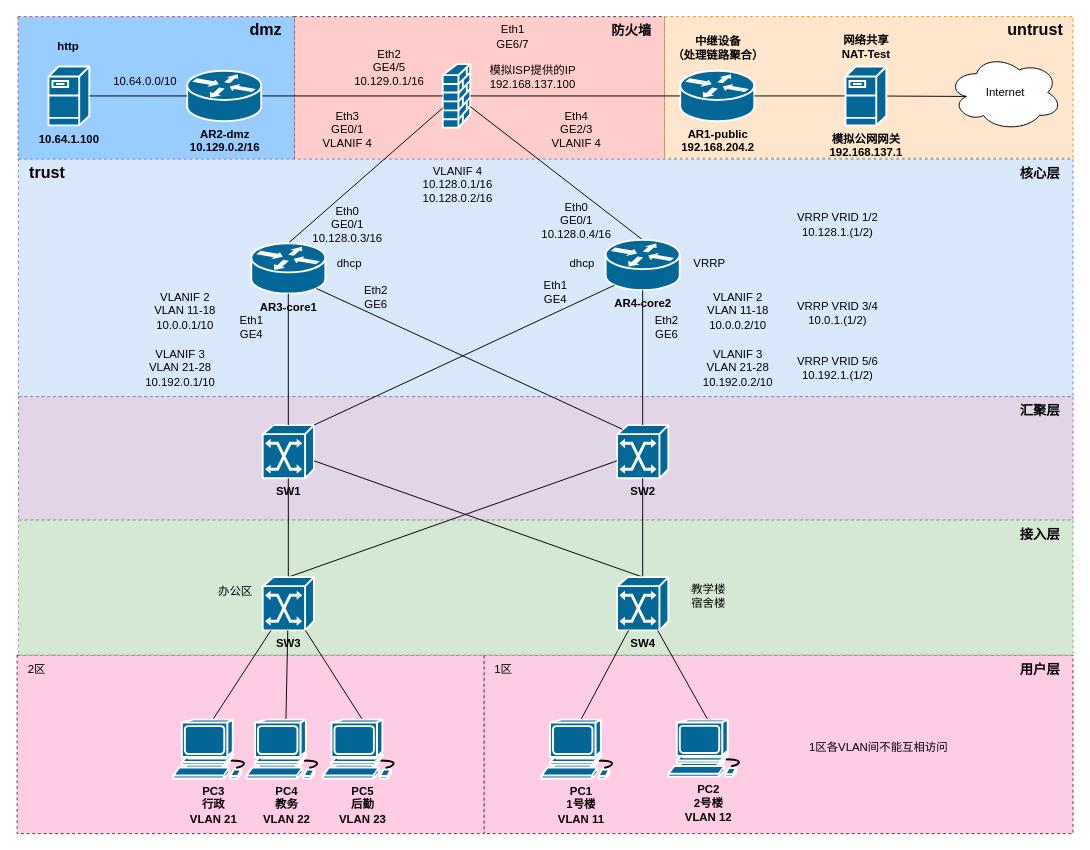
The draw.io diagram ne24.drawio in HPLZH/draw, before the edit. Source tidied: cells renumbered, new cells numbered last; positions are measured from the earlier drawing's top-left corner, leaving out a move shared by most shapes. Both pictures are drawn from the tidied source at 95%, with x=0, y=0 at pixel (16, 16).
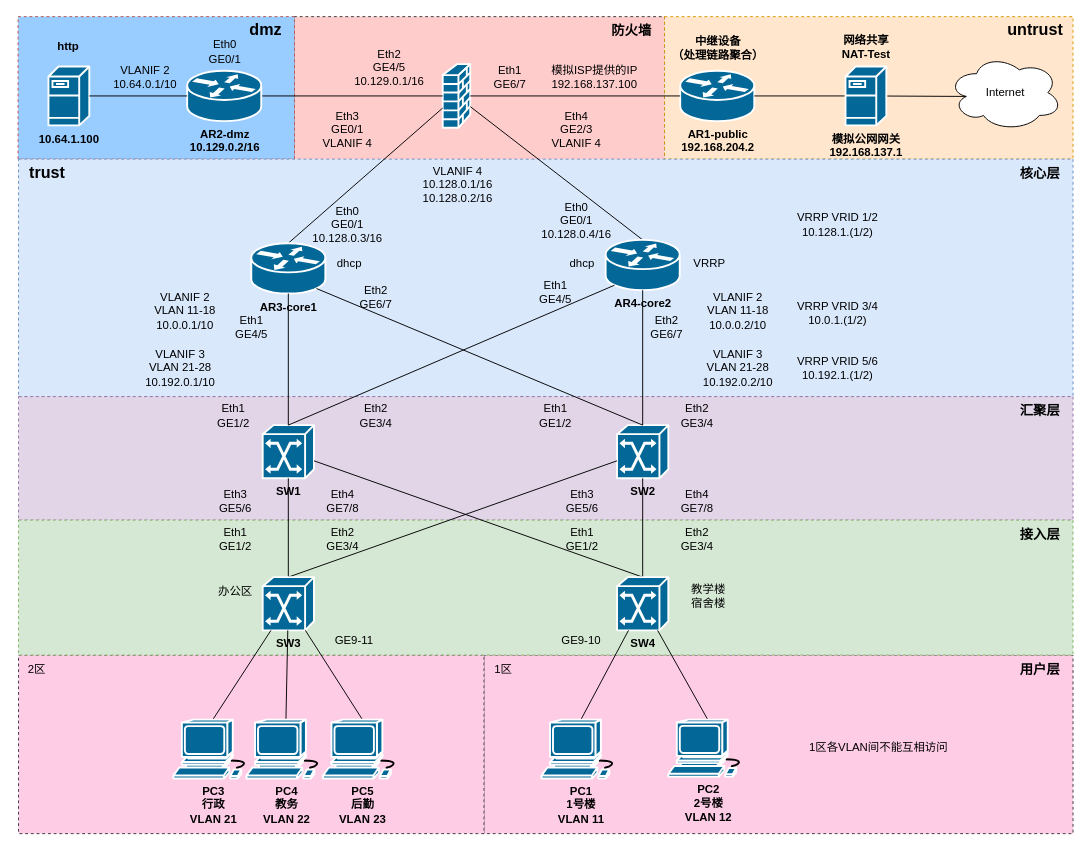
Above is the later version.

The change refers to these unchanged cells:
```xml
<mxCell id="18" value="&lt;b&gt;SW1&lt;/b&gt;" style="shape=mxgraph.cisco.switches.atm_switch;sketch=0;html=1;dashed=0;fillColor=#036897;strokeColor=#ffffff;strokeWidth=2;verticalLabelPosition=bottom;verticalAlign=top;align=center;outlineConnect=0;" parent="1" vertex="1">
  <mxGeometry x="259" y="430" width="54" height="56" as="geometry" />
</mxCell>
<mxCell id="19" value="&lt;b&gt;SW2&lt;/b&gt;" style="shape=mxgraph.cisco.switches.atm_switch;sketch=0;html=1;dashed=0;fillColor=#036897;strokeColor=#ffffff;strokeWidth=2;verticalLabelPosition=bottom;verticalAlign=top;align=center;outlineConnect=0;" parent="1" vertex="1">
  <mxGeometry x="632" y="430" width="54" height="56" as="geometry" />
</mxCell>
<mxCell id="21" value="&lt;b&gt;AR3-core1&lt;/b&gt;" style="shape=mxgraph.cisco.routers.router;sketch=0;html=1;dashed=0;fillColor=#036897;strokeColor=#ffffff;strokeWidth=2;verticalLabelPosition=bottom;verticalAlign=top;align=center;outlineConnect=0;" parent="1" vertex="1">
  <mxGeometry x="247" y="238.5" width="78" height="53" as="geometry" />
</mxCell>
<mxCell id="23" value="&lt;b style=&quot;&quot;&gt;AR4-core2&lt;/b&gt;" style="shape=mxgraph.cisco.routers.router;sketch=0;html=1;dashed=0;fillColor=#036897;strokeColor=#ffffff;strokeWidth=2;verticalLabelPosition=bottom;verticalAlign=top;align=center;outlineConnect=0;" parent="1" vertex="1">
  <mxGeometry x="620" y="235" width="78" height="53" as="geometry" />
</mxCell>
```

What changed in the source:
```diff
@@
     <mxCell id="3" style="whiteSpace=wrap;html=1;fillColor=#FFCCE6;dashed=1;strokeColor=#36393d;" parent="1" vertex="1">
-      <mxGeometry x="0.5" y="672" width="491.5" height="188" as="geometry" />
+      <mxGeometry x="2" y="672" width="490" height="188" as="geometry" />
     </mxCell>
@@
     <mxCell id="5" style="whiteSpace=wrap;html=1;fillColor=#99CCFF;dashed=1;strokeColor=#b85450;" parent="1" vertex="1">
-      <mxGeometry x="1.5" width="291" height="151.5" as="geometry" />
+      <mxGeometry x="1.5" width="291" height="150" as="geometry" />
     </mxCell>
     <mxCell id="6" style="whiteSpace=wrap;html=1;fillColor=#ffe6cc;dashed=1;strokeColor=#d79b00;" parent="1" vertex="1">
-      <mxGeometry x="682" width="430" height="149" as="geometry" />
+      <mxGeometry x="682" width="430" height="150" as="geometry" />
     </mxCell>
@@
-    <mxCell id="27" style="rounded=0;jettySize=auto;html=1;exitX=0.11;exitY=0.08;exitDx=0;exitDy=0;exitPerimeter=0;entryX=0.88;entryY=0.9;entryDx=0;entryDy=0;entryPerimeter=0;endArrow=none;endFill=0;" parent="1" edge="1" source="19" target="21">
+    <mxCell id="27" style="rounded=0;jettySize=auto;html=1;exitX=0.5;exitY=0;exitDx=0;exitDy=0;exitPerimeter=0;entryX=0.88;entryY=0.9;entryDx=0;entryDy=0;entryPerimeter=0;endArrow=none;endFill=0;" parent="1" edge="1" source="19" target="21">
       <mxGeometry relative="1" as="geometry" />
     </mxCell>
-    <mxCell id="28" style="rounded=0;jettySize=auto;html=1;exitX=1;exitY=0;exitDx=0;exitDy=0;exitPerimeter=0;entryX=0.12;entryY=0.9;entryDx=0;entryDy=0;entryPerimeter=0;endArrow=none;endFill=0;" parent="1" edge="1" source="18" target="23">
+    <mxCell id="28" style="rounded=0;jettySize=auto;html=1;entryX=0.12;entryY=0.9;entryDx=0;entryDy=0;entryPerimeter=0;endArrow=none;endFill=0;exitX=0.5;exitY=0;exitDx=0;exitDy=0;exitPerimeter=0;" parent="1" edge="1" source="18" target="23">
       <mxGeometry relative="1" as="geometry" />
     </mxCell>
@@
-    <mxCell id="52" value="10.64.0.0/10" style="text;html=1;align=center;verticalAlign=middle;strokeColor=none;fillColor=none;" parent="1" vertex="1">
-      <mxGeometry x="89.5" y="53.5" width="90" height="30" as="geometry" />
+    <mxCell id="52" value="&lt;div&gt;VLANIF 2&lt;/div&gt;10.64.0.1/10" style="text;html=1;align=center;verticalAlign=middle;strokeColor=none;fillColor=none;" parent="1" vertex="1">
+      <mxGeometry x="89.5" y="43.5" width="90" height="40" as="geometry" />
     </mxCell>
     <mxCell id="53" value="模拟ISP提供的IP&lt;div&gt;192.168.137.100&lt;/div&gt;" style="text;html=1;align=center;verticalAlign=middle;strokeColor=none;fillColor=none;" parent="1" vertex="1">
-      <mxGeometry x="487.5" y="43.5" width="110" height="40" as="geometry" />
+      <mxGeometry x="552.5" y="43.5" width="110" height="40" as="geometry" />
     </mxCell>
@@
-    <mxCell id="61" value="&lt;div&gt;Eth1&lt;/div&gt;GE4" style="text;html=1;align=center;verticalAlign=middle;strokeColor=none;fillColor=none;" parent="1" vertex="1">
-      <mxGeometry x="222" y="306.5" width="50" height="40" as="geometry" />
+    <mxCell id="61" value="&lt;div&gt;Eth1&lt;/div&gt;GE4/5" style="text;html=1;align=center;verticalAlign=middle;strokeColor=none;fillColor=none;" parent="1" vertex="1">
+      <mxGeometry x="217" y="306.5" width="60" height="40" as="geometry" />
     </mxCell>
-    <mxCell id="62" value="Eth2&lt;div&gt;GE6&lt;/div&gt;" style="text;html=1;align=center;verticalAlign=middle;strokeColor=none;fillColor=none;" parent="1" vertex="1">
-      <mxGeometry x="659" y="306.5" width="50" height="40" as="geometry" />
+    <mxCell id="62" value="Eth2&lt;div&gt;GE6/7&lt;/div&gt;" style="text;html=1;align=center;verticalAlign=middle;strokeColor=none;fillColor=none;" parent="1" vertex="1">
+      <mxGeometry x="654" y="306.5" width="60" height="40" as="geometry" />
     </mxCell>
-    <mxCell id="63" value="&lt;div&gt;Eth2&lt;/div&gt;GE6" style="text;html=1;align=center;verticalAlign=middle;strokeColor=none;fillColor=none;" parent="1" vertex="1">
-      <mxGeometry x="353" y="275" width="50" height="40" as="geometry" />
+    <mxCell id="63" value="&lt;div&gt;Eth2&lt;/div&gt;GE6/7" style="text;html=1;align=center;verticalAlign=middle;strokeColor=none;fillColor=none;" parent="1" vertex="1">
+      <mxGeometry x="348" y="275" width="60" height="40" as="geometry" />
     </mxCell>
-    <mxCell id="64" value="Eth1&lt;div&gt;GE4&lt;/div&gt;" style="text;html=1;align=center;verticalAlign=middle;strokeColor=none;fillColor=none;" parent="1" vertex="1">
-      <mxGeometry x="542" y="270" width="50" height="40" as="geometry" />
+    <mxCell id="64" value="Eth1&lt;div&gt;GE4/5&lt;/div&gt;" style="text;html=1;align=center;verticalAlign=middle;strokeColor=none;fillColor=none;" parent="1" vertex="1">
+      <mxGeometry x="537" y="270" width="60" height="40" as="geometry" />
     </mxCell>
@@
     <mxCell id="68" value="&lt;div&gt;Eth1&lt;/div&gt;GE6/7" style="text;html=1;align=center;verticalAlign=middle;strokeColor=none;fillColor=none;" parent="1" vertex="1">
-      <mxGeometry x="492" y="0.5" width="60" height="40" as="geometry" />
+      <mxGeometry x="489" y="43.5" width="60" height="40" as="geometry" />
     </mxCell>
@@
+    <mxCell id="86" value="&lt;div&gt;Eth1&lt;/div&gt;GE1/2" style="text;html=1;align=center;verticalAlign=middle;strokeColor=none;fillColor=none;" parent="1" vertex="1">
+      <mxGeometry x="197.5" y="400" width="60" height="40" as="geometry" />
+    </mxCell>
+    <mxCell id="87" value="&lt;div&gt;Eth2&lt;/div&gt;GE3/4" style="text;html=1;align=center;verticalAlign=middle;strokeColor=none;fillColor=none;" parent="1" vertex="1">
+      <mxGeometry x="348" y="400" width="60" height="40" as="geometry" />
+    </mxCell>
+    <mxCell id="88" value="&lt;div&gt;Eth3&lt;/div&gt;GE5/6" style="text;html=1;align=center;verticalAlign=middle;strokeColor=none;fillColor=none;" parent="1" vertex="1">
+      <mxGeometry x="199.5" y="490" width="60" height="40" as="geometry" />
+    </mxCell>
+    <mxCell id="89" value="&lt;div&gt;Eth4&lt;/div&gt;GE7/8" style="text;html=1;align=center;verticalAlign=middle;strokeColor=none;fillColor=none;" parent="1" vertex="1">
+      <mxGeometry x="313" y="490" width="60" height="40" as="geometry" />
+    </mxCell>
+    <mxCell id="90" value="&lt;div&gt;Eth1&lt;/div&gt;GE1/2" style="text;html=1;align=center;verticalAlign=middle;strokeColor=none;fillColor=none;" parent="1" vertex="1">
+      <mxGeometry x="537" y="400" width="60" height="40" as="geometry" />
+    </mxCell>
+    <mxCell id="91" value="&lt;div&gt;Eth2&lt;/div&gt;GE3/4" style="text;html=1;align=center;verticalAlign=middle;strokeColor=none;fillColor=none;" parent="1" vertex="1">
+      <mxGeometry x="686" y="400" width="60" height="40" as="geometry" />
+    </mxCell>
+    <mxCell id="92" value="&lt;div&gt;Eth3&lt;/div&gt;GE5/6" style="text;html=1;align=center;verticalAlign=middle;strokeColor=none;fillColor=none;" parent="1" vertex="1">
+      <mxGeometry x="565" y="490" width="60" height="40" as="geometry" />
+    </mxCell>
+    <mxCell id="93" value="&lt;div&gt;Eth4&lt;/div&gt;GE7/8" style="text;html=1;align=center;verticalAlign=middle;strokeColor=none;fillColor=none;" parent="1" vertex="1">
+      <mxGeometry x="686" y="490" width="60" height="40" as="geometry" />
+    </mxCell>
+    <mxCell id="94" value="&lt;div&gt;Eth1&lt;/div&gt;GE1/2" style="text;html=1;align=center;verticalAlign=middle;strokeColor=none;fillColor=none;" parent="1" vertex="1">
+      <mxGeometry x="199.5" y="530" width="60" height="40" as="geometry" />
+    </mxCell>
+    <mxCell id="95" value="&lt;div&gt;Eth2&lt;/div&gt;GE3/4" style="text;html=1;align=center;verticalAlign=middle;strokeColor=none;fillColor=none;" parent="1" vertex="1">
+      <mxGeometry x="313" y="530" width="60" height="40" as="geometry" />
+    </mxCell>
+    <mxCell id="96" value="&lt;div&gt;Eth1&lt;/div&gt;GE1/2" style="text;html=1;align=center;verticalAlign=middle;strokeColor=none;fillColor=none;" parent="1" vertex="1">
+      <mxGeometry x="565" y="530" width="60" height="40" as="geometry" />
+    </mxCell>
+    <mxCell id="97" value="&lt;div&gt;Eth2&lt;/div&gt;GE3/4" style="text;html=1;align=center;verticalAlign=middle;strokeColor=none;fillColor=none;" parent="1" vertex="1">
+      <mxGeometry x="686" y="530" width="60" height="40" as="geometry" />
+    </mxCell>
+    <mxCell id="98" value="GE9-11" style="text;html=1;align=center;verticalAlign=middle;strokeColor=none;fillColor=none;" parent="1" vertex="1">
+      <mxGeometry x="325" y="642" width="60" height="30" as="geometry" />
+    </mxCell>
+    <mxCell id="99" value="GE9-10" style="text;html=1;align=center;verticalAlign=middle;strokeColor=none;fillColor=none;" parent="1" vertex="1">
+      <mxGeometry x="564" y="642" width="60" height="30" as="geometry" />
+    </mxCell>
+    <mxCell id="100" value="&lt;div&gt;Eth0&lt;/div&gt;GE0/1" style="text;html=1;align=center;verticalAlign=middle;strokeColor=none;fillColor=none;" parent="1" vertex="1">
+      <mxGeometry x="188.5" y="17" width="60" height="40" as="geometry" />
+    </mxCell>
```
